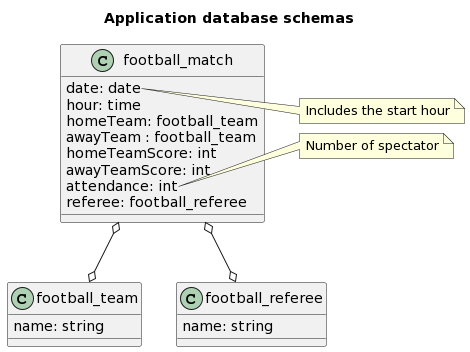
Before: docs/databaseSchemas.png, a diagram exported from PlantUML (sports-stats-and-odds/database). Source of this version:
```plantuml
@startuml
title
Application database schemas
end title

class football_match {
    date: date
    hour: time
    homeTeam: football_team
    awayTeam : football_team
    homeTeamScore: int
    awayTeamScore: int
    attendance: int
    referee: football_referee
}
note right of football_match::date
    Includes the start hour
end note
note right of football_match::attendance
    Number of spectator
end note

class football_team {
    name: string
}

class football_referee {
    name: string
}

football_match o--o football_team
football_match o--o football_referee
@enduml
```
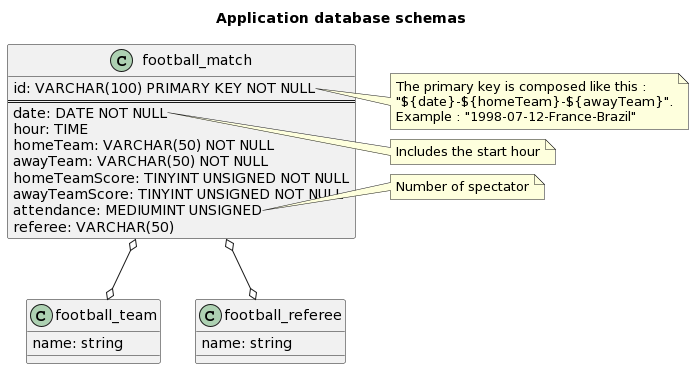
The same diagram one commit later.

The edit, as a diff of the source:
```diff
@@ -4,15 +4,22 @@
 end title
 
 class football_match {
-    date: date
-    hour: time
-    homeTeam: football_team
-    awayTeam : football_team
-    homeTeamScore: int
-    awayTeamScore: int
-    attendance: int
-    referee: football_referee
+    id: VARCHAR(100) PRIMARY KEY NOT NULL
+    ==
+    date: DATE NOT NULL
+    hour: TIME
+    homeTeam: VARCHAR(50) NOT NULL
+    awayTeam: VARCHAR(50) NOT NULL
+    homeTeamScore: TINYINT UNSIGNED NOT NULL
+    awayTeamScore: TINYINT UNSIGNED NOT NULL
+    attendance: MEDIUMINT UNSIGNED
+    referee: VARCHAR(50)
 }
+note right of football_match::id
+    The primary key is composed like this :
+    "${date}-${homeTeam}-${awayTeam}".
+    Example : "1998-07-12-France-Brazil"
+end note
 note right of football_match::date
     Includes the start hour
 end note
```
